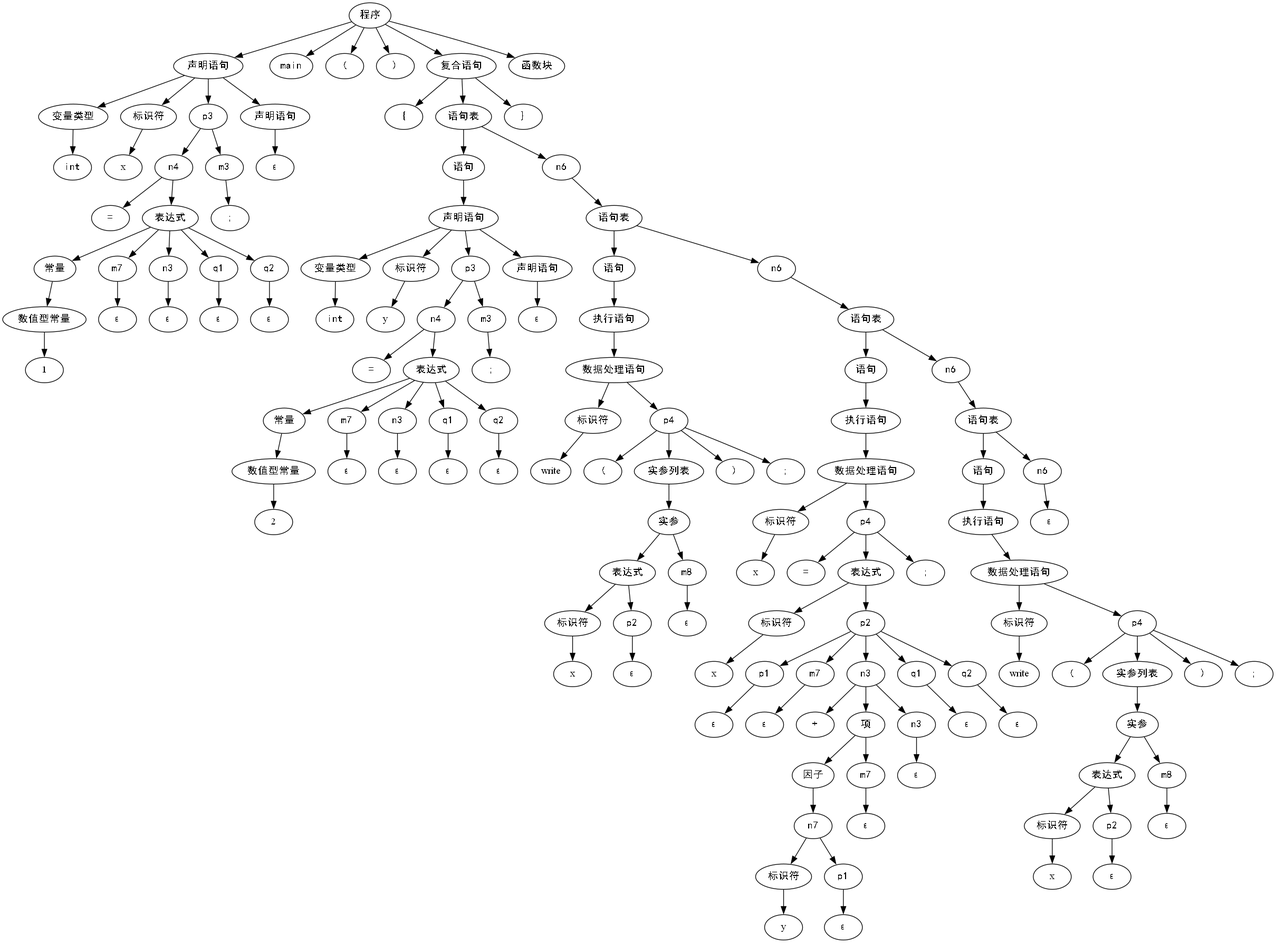
hutao99/compiler keeps this Graphviz diagram as Syntax_Tree/tree.gv.png. Above is the earlier version. Its source is kept beside it as Syntax_Tree/tree.gv.
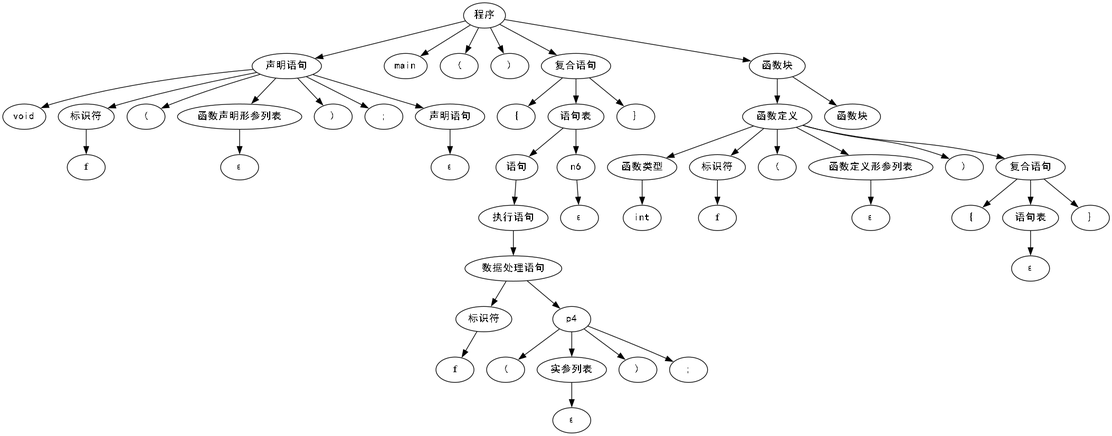
Later version of the same file.

Diff of the diagram source:
```diff
@@ -2,270 +2,96 @@
 	0 [label="程序" fontname=SimHei]
 	1 [label="声明语句" fontname=SimHei]
 	0 -> 1
-	2 [label="变量类型" fontname=SimHei]
+	2 [label=void fontname=SimHei]
 	1 -> 2
-	3 [label=int fontname=SimHei]
-	2 -> 3
-	4 [label="标识符" fontname=SimHei]
-	1 -> 4
-	5 [label=x]
-	4 -> 5
-	6 [label=p3 fontname=SimHei]
+	3 [label="标识符" fontname=SimHei]
+	1 -> 3
+	4 [label=f]
+	3 -> 4
+	5 [label="(" fontname=SimHei]
+	1 -> 5
+	6 [label="函数声明形参列表" fontname=SimHei]
 	1 -> 6
-	7 [label=n4 fontname=SimHei]
+	7 [label="ε" fontname=SimHei]
 	6 -> 7
-	8 [label="=" fontname=SimHei]
-	7 -> 8
-	9 [label="表达式" fontname=SimHei]
-	7 -> 9
-	10 [label="常量" fontname=SimHei]
-	9 -> 10
-	11 [label="数值型常量" fontname=SimHei]
+	8 [label=")" fontname=SimHei]
+	1 -> 8
+	9 [label=";" fontname=SimHei]
+	1 -> 9
+	10 [label="声明语句" fontname=SimHei]
+	1 -> 10
+	11 [label="ε" fontname=SimHei]
 	10 -> 11
-	12 [label=1]
-	11 -> 12
-	13 [label=m7 fontname=SimHei]
-	9 -> 13
-	14 [label="ε" fontname=SimHei]
-	13 -> 14
-	15 [label=n3 fontname=SimHei]
-	9 -> 15
-	16 [label="ε" fontname=SimHei]
+	12 [label=main fontname=SimHei]
+	0 -> 12
+	13 [label="(" fontname=SimHei]
+	0 -> 13
+	14 [label=")" fontname=SimHei]
+	0 -> 14
+	15 [label="复合语句" fontname=SimHei]
+	0 -> 15
+	16 [label="{" fontname=SimHei]
 	15 -> 16
-	17 [label=q1 fontname=SimHei]
-	9 -> 17
-	18 [label="ε" fontname=SimHei]
+	17 [label="语句表" fontname=SimHei]
+	15 -> 17
+	18 [label="语句" fontname=SimHei]
 	17 -> 18
-	19 [label=q2 fontname=SimHei]
-	9 -> 19
-	20 [label="ε" fontname=SimHei]
+	19 [label="执行语句" fontname=SimHei]
+	18 -> 19
+	20 [label="数据处理语句" fontname=SimHei]
 	19 -> 20
-	21 [label=m3 fontname=SimHei]
-	6 -> 21
-	22 [label=";" fontname=SimHei]
+	21 [label="标识符" fontname=SimHei]
+	20 -> 21
+	22 [label=f]
 	21 -> 22
-	23 [label="声明语句" fontname=SimHei]
-	1 -> 23
-	24 [label="ε" fontname=SimHei]
+	23 [label=p4 fontname=SimHei]
+	20 -> 23
+	24 [label="(" fontname=SimHei]
 	23 -> 24
-	25 [label=main fontname=SimHei]
-	0 -> 25
-	26 [label="(" fontname=SimHei]
-	0 -> 26
+	25 [label="实参列表" fontname=SimHei]
+	23 -> 25
+	26 [label="ε" fontname=SimHei]
+	25 -> 26
 	27 [label=")" fontname=SimHei]
-	0 -> 27
-	28 [label="复合语句" fontname=SimHei]
-	0 -> 28
-	29 [label="{" fontname=SimHei]
-	28 -> 29
-	30 [label="语句表" fontname=SimHei]
-	28 -> 30
-	31 [label="语句" fontname=SimHei]
-	30 -> 31
-	32 [label="声明语句" fontname=SimHei]
-	31 -> 32
-	33 [label="变量类型" fontname=SimHei]
+	23 -> 27
+	28 [label=";" fontname=SimHei]
+	23 -> 28
+	29 [label=n6 fontname=SimHei]
+	17 -> 29
+	30 [label="ε" fontname=SimHei]
+	29 -> 30
+	31 [label="}" fontname=SimHei]
+	15 -> 31
+	32 [label="函数块" fontname=SimHei]
+	0 -> 32
+	33 [label="函数定义" fontname=SimHei]
 	32 -> 33
-	34 [label=int fontname=SimHei]
+	34 [label="函数类型" fontname=SimHei]
 	33 -> 34
-	35 [label="标识符" fontname=SimHei]
-	32 -> 35
-	36 [label=y]
-	35 -> 36
-	37 [label=p3 fontname=SimHei]
-	32 -> 37
-	38 [label=n4 fontname=SimHei]
-	37 -> 38
-	39 [label="=" fontname=SimHei]
-	38 -> 39
-	40 [label="表达式" fontname=SimHei]
-	38 -> 40
-	41 [label="常量" fontname=SimHei]
-	40 -> 41
-	42 [label="数值型常量" fontname=SimHei]
-	41 -> 42
-	43 [label=2]
+	35 [label=int fontname=SimHei]
+	34 -> 35
+	36 [label="标识符" fontname=SimHei]
+	33 -> 36
+	37 [label=f]
+	36 -> 37
+	38 [label="(" fontname=SimHei]
+	33 -> 38
+	39 [label="函数定义形参列表" fontname=SimHei]
+	33 -> 39
+	40 [label="ε" fontname=SimHei]
+	39 -> 40
+	41 [label=")" fontname=SimHei]
+	33 -> 41
+	42 [label="复合语句" fontname=SimHei]
+	33 -> 42
+	43 [label="{" fontname=SimHei]
 	42 -> 43
-	44 [label=m7 fontname=SimHei]
-	40 -> 44
+	44 [label="语句表" fontname=SimHei]
+	42 -> 44
 	45 [label="ε" fontname=SimHei]
 	44 -> 45
-	46 [label=n3 fontname=SimHei]
-	40 -> 46
-	47 [label="ε" fontname=SimHei]
-	46 -> 47
-	48 [label=q1 fontname=SimHei]
-	40 -> 48
-	49 [label="ε" fontname=SimHei]
-	48 -> 49
-	50 [label=q2 fontname=SimHei]
-	40 -> 50
-	51 [label="ε" fontname=SimHei]
-	50 -> 51
-	52 [label=m3 fontname=SimHei]
-	37 -> 52
-	53 [label=";" fontname=SimHei]
-	52 -> 53
-	54 [label="声明语句" fontname=SimHei]
-	32 -> 54
-	55 [label="ε" fontname=SimHei]
-	54 -> 55
-	56 [label=n6 fontname=SimHei]
-	30 -> 56
-	57 [label="语句表" fontname=SimHei]
-	56 -> 57
-	58 [label="语句" fontname=SimHei]
-	57 -> 58
-	59 [label="执行语句" fontname=SimHei]
-	58 -> 59
-	60 [label="数据处理语句" fontname=SimHei]
-	59 -> 60
-	61 [label="标识符" fontname=SimHei]
-	60 -> 61
-	62 [label=write]
-	61 -> 62
-	63 [label=p4 fontname=SimHei]
-	60 -> 63
-	64 [label="(" fontname=SimHei]
-	63 -> 64
-	65 [label="实参列表" fontname=SimHei]
-	63 -> 65
-	66 [label="实参" fontname=SimHei]
-	65 -> 66
-	67 [label="表达式" fontname=SimHei]
-	66 -> 67
-	68 [label="标识符" fontname=SimHei]
-	67 -> 68
-	69 [label=x]
-	68 -> 69
-	70 [label=p2 fontname=SimHei]
-	67 -> 70
-	71 [label="ε" fontname=SimHei]
-	70 -> 71
-	72 [label=m8 fontname=SimHei]
-	66 -> 72
-	73 [label="ε" fontname=SimHei]
-	72 -> 73
-	74 [label=")" fontname=SimHei]
-	63 -> 74
-	75 [label=";" fontname=SimHei]
-	63 -> 75
-	76 [label=n6 fontname=SimHei]
-	57 -> 76
-	77 [label="语句表" fontname=SimHei]
-	76 -> 77
-	78 [label="语句" fontname=SimHei]
-	77 -> 78
-	79 [label="执行语句" fontname=SimHei]
-	78 -> 79
-	80 [label="数据处理语句" fontname=SimHei]
-	79 -> 80
-	81 [label="标识符" fontname=SimHei]
-	80 -> 81
-	82 [label=x]
-	81 -> 82
-	83 [label=p4 fontname=SimHei]
-	80 -> 83
-	84 [label="=" fontname=SimHei]
-	83 -> 84
-	85 [label="表达式" fontname=SimHei]
-	83 -> 85
-	86 [label="标识符" fontname=SimHei]
-	85 -> 86
-	87 [label=x]
-	86 -> 87
-	88 [label=p2 fontname=SimHei]
-	85 -> 88
-	89 [label=p1 fontname=SimHei]
-	88 -> 89
-	90 [label="ε" fontname=SimHei]
-	89 -> 90
-	91 [label=m7 fontname=SimHei]
-	88 -> 91
-	92 [label="ε" fontname=SimHei]
-	91 -> 92
-	93 [label=n3 fontname=SimHei]
-	88 -> 93
-	94 [label="+" fontname=SimHei]
-	93 -> 94
-	95 [label="项" fontname=SimHei]
-	93 -> 95
-	96 [label="因子" fontname=SimHei]
-	95 -> 96
-	97 [label=n7 fontname=SimHei]
-	96 -> 97
-	98 [label="标识符" fontname=SimHei]
-	97 -> 98
-	99 [label=y]
-	98 -> 99
-	100 [label=p1 fontname=SimHei]
-	97 -> 100
-	101 [label="ε" fontname=SimHei]
-	100 -> 101
-	102 [label=m7 fontname=SimHei]
-	95 -> 102
-	103 [label="ε" fontname=SimHei]
-	102 -> 103
-	104 [label=n3 fontname=SimHei]
-	93 -> 104
-	105 [label="ε" fontname=SimHei]
-	104 -> 105
-	106 [label=q1 fontname=SimHei]
-	88 -> 106
-	107 [label="ε" fontname=SimHei]
-	106 -> 107
-	108 [label=q2 fontname=SimHei]
-	88 -> 108
-	109 [label="ε" fontname=SimHei]
-	108 -> 109
-	110 [label=";" fontname=SimHei]
-	83 -> 110
-	111 [label=n6 fontname=SimHei]
-	77 -> 111
-	112 [label="语句表" fontname=SimHei]
-	111 -> 112
-	113 [label="语句" fontname=SimHei]
-	112 -> 113
-	114 [label="执行语句" fontname=SimHei]
-	113 -> 114
-	115 [label="数据处理语句" fontname=SimHei]
-	114 -> 115
-	116 [label="标识符" fontname=SimHei]
-	115 -> 116
-	117 [label=write]
-	116 -> 117
-	118 [label=p4 fontname=SimHei]
-	115 -> 118
-	119 [label="(" fontname=SimHei]
-	118 -> 119
-	120 [label="实参列表" fontname=SimHei]
-	118 -> 120
-	121 [label="实参" fontname=SimHei]
-	120 -> 121
-	122 [label="表达式" fontname=SimHei]
-	121 -> 122
-	123 [label="标识符" fontname=SimHei]
-	122 -> 123
-	124 [label=x]
-	123 -> 124
-	125 [label=p2 fontname=SimHei]
-	122 -> 125
-	126 [label="ε" fontname=SimHei]
-	125 -> 126
-	127 [label=m8 fontname=SimHei]
-	121 -> 127
-	128 [label="ε" fontname=SimHei]
-	127 -> 128
-	129 [label=")" fontname=SimHei]
-	118 -> 129
-	130 [label=";" fontname=SimHei]
-	118 -> 130
-	131 [label=n6 fontname=SimHei]
-	112 -> 131
-	132 [label="ε" fontname=SimHei]
-	131 -> 132
-	133 [label="}" fontname=SimHei]
-	28 -> 133
-	134 [label="函数块" fontname=SimHei]
-	0 -> 134
+	46 [label="}" fontname=SimHei]
+	42 -> 46
+	47 [label="函数块" fontname=SimHei]
+	32 -> 47
 }
```
